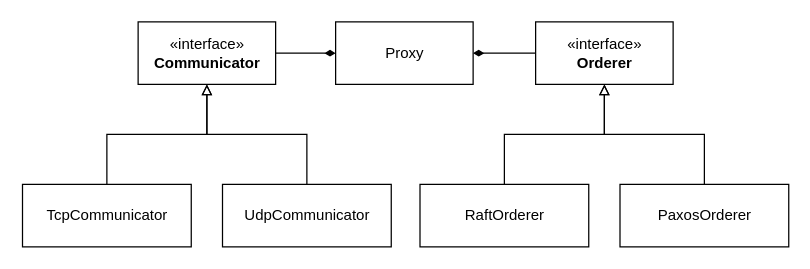
Above: diagrams/hermes-components.drawio in tonussi/hermes-bkp (draw.io), before the change. Source tidied: cells renumbered, new cells numbered last; positions are measured from the earlier drawing's top-left corner, leaving out a move shared by most shapes. Both pictures are drawn from the tidied source at 125%, with x=0, y=0 at pixel (22, 21).
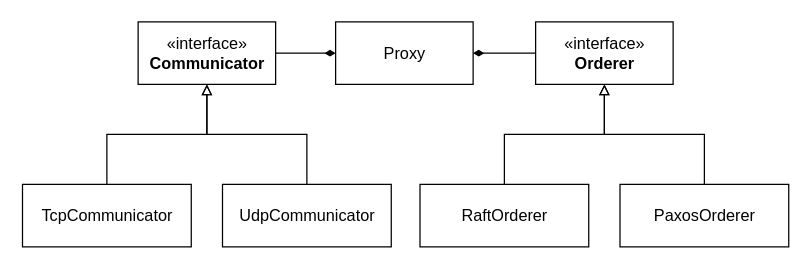
Above is the later version.

What changed in the source:
```diff
@@
 <mxGraphModel>
   <root>
     <mxCell id="0" />
     <mxCell id="1" parent="0" />
-    <mxCell id="2" style="edgeStyle=orthogonalEdgeStyle;rounded=0;jettySize=auto;html=1;endArrow=none;endFill=0;startArrow=diamondThin;startFill=1;" parent="1" edge="1" source="4" target="7">
+    <mxCell id="2" style="edgeStyle=orthogonalEdgeStyle;rounded=0;jettySize=auto;html=1;endArrow=none;endFill=0;startArrow=diamondThin;startFill=1;fontSize=13;" parent="1" edge="1" source="4" target="7">
       <mxGeometry relative="1" as="geometry" />
     </mxCell>
-    <mxCell id="3" style="edgeStyle=orthogonalEdgeStyle;rounded=0;jettySize=auto;html=1;startArrow=diamondThin;startFill=1;endArrow=none;endFill=0;" parent="1" edge="1" source="4" target="10">
+    <mxCell id="3" style="edgeStyle=orthogonalEdgeStyle;rounded=0;jettySize=auto;html=1;startArrow=diamondThin;startFill=1;endArrow=none;endFill=0;fontSize=13;" parent="1" edge="1" source="4" target="10">
       <mxGeometry relative="1" as="geometry" />
     </mxCell>
-    <mxCell id="4" value="Proxy" style="html=1;" parent="1" vertex="1">
+    <mxCell id="4" value="Proxy" style="html=1;fontSize=13;" parent="1" vertex="1">
       <mxGeometry x="250" width="110" height="50" as="geometry" />
     </mxCell>
-    <mxCell id="5" style="edgeStyle=orthogonalEdgeStyle;rounded=0;jettySize=auto;html=1;startArrow=block;startFill=0;endArrow=none;endFill=0;" parent="1" edge="1" source="7" target="12">
+    <mxCell id="5" style="edgeStyle=orthogonalEdgeStyle;rounded=0;jettySize=auto;html=1;startArrow=block;startFill=0;endArrow=none;endFill=0;fontSize=13;" parent="1" edge="1" source="7" target="12">
       <mxGeometry relative="1" as="geometry" />
     </mxCell>
-    <mxCell id="6" style="edgeStyle=orthogonalEdgeStyle;rounded=0;jettySize=auto;html=1;startArrow=block;startFill=0;endArrow=none;endFill=0;" parent="1" edge="1" source="7" target="13">
+    <mxCell id="6" style="edgeStyle=orthogonalEdgeStyle;rounded=0;jettySize=auto;html=1;startArrow=block;startFill=0;endArrow=none;endFill=0;fontSize=13;" parent="1" edge="1" source="7" target="13">
       <mxGeometry relative="1" as="geometry" />
     </mxCell>
-    <mxCell id="7" value="«interface»&lt;br&gt;&lt;b&gt;Communicator&lt;/b&gt;" style="html=1;" parent="1" vertex="1">
+    <mxCell id="7" value="«interface»&lt;br style=&quot;font-size: 13px;&quot;&gt;&lt;b style=&quot;font-size: 13px;&quot;&gt;Communicator&lt;/b&gt;" style="html=1;fontSize=13;" parent="1" vertex="1">
       <mxGeometry x="92" width="110" height="50" as="geometry" />
     </mxCell>
-    <mxCell id="8" style="edgeStyle=orthogonalEdgeStyle;rounded=0;jettySize=auto;html=1;startArrow=block;startFill=0;endArrow=none;endFill=0;" parent="1" edge="1" source="10" target="15">
+    <mxCell id="8" style="edgeStyle=orthogonalEdgeStyle;rounded=0;jettySize=auto;html=1;startArrow=block;startFill=0;endArrow=none;endFill=0;fontSize=13;" parent="1" edge="1" source="10" target="15">
       <mxGeometry relative="1" as="geometry" />
     </mxCell>
-    <mxCell id="9" style="edgeStyle=orthogonalEdgeStyle;rounded=0;jettySize=auto;html=1;startArrow=block;startFill=0;endArrow=none;endFill=0;" parent="1" edge="1" source="10" target="16">
+    <mxCell id="9" style="edgeStyle=orthogonalEdgeStyle;rounded=0;jettySize=auto;html=1;startArrow=block;startFill=0;endArrow=none;endFill=0;fontSize=13;" parent="1" edge="1" source="10" target="16">
       <mxGeometry relative="1" as="geometry" />
     </mxCell>
-    <mxCell id="10" value="«interface»&lt;br&gt;&lt;b&gt;Orderer&lt;/b&gt;" style="html=1;" parent="1" vertex="1">
+    <mxCell id="10" value="«interface»&lt;br style=&quot;font-size: 13px;&quot;&gt;&lt;b style=&quot;font-size: 13px;&quot;&gt;Orderer&lt;/b&gt;" style="html=1;fontSize=13;" parent="1" vertex="1">
       <mxGeometry x="410" width="110" height="50" as="geometry" />
     </mxCell>
-    <mxCell id="11" style="group;" parent="1" vertex="1">
+    <mxCell id="11" style="group;fontSize=13;" parent="1" vertex="1">
       <mxGeometry x="-0.5" y="130" width="295" height="50" as="geometry" />
     </mxCell>
-    <mxCell id="12" value="TcpCommunicator" style="html=1;fontStyle=0;" parent="11" vertex="1">
+    <mxCell id="12" value="TcpCommunicator" style="html=1;fontStyle=0;fontSize=13;" parent="11" vertex="1">
       <mxGeometry width="135" height="50" as="geometry" />
     </mxCell>
-    <mxCell id="13" value="UdpCommunicator" style="html=1;fontStyle=0;" parent="11" vertex="1">
+    <mxCell id="13" value="UdpCommunicator" style="html=1;fontStyle=0;fontSize=13;" parent="11" vertex="1">
       <mxGeometry x="160" width="135" height="50" as="geometry" />
     </mxCell>
-    <mxCell id="14" style="group;" parent="1" vertex="1">
+    <mxCell id="14" style="group;fontSize=13;" parent="1" vertex="1">
       <mxGeometry x="317.5" y="130" width="295" height="50" as="geometry" />
     </mxCell>
-    <mxCell id="15" value="RaftOrderer" style="html=1;fontStyle=0;" parent="14" vertex="1">
+    <mxCell id="15" value="RaftOrderer" style="html=1;fontStyle=0;fontSize=13;" parent="14" vertex="1">
       <mxGeometry width="135" height="50" as="geometry" />
     </mxCell>
-    <mxCell id="16" value="PaxosOrderer" style="html=1;fontStyle=0;" parent="14" vertex="1">
+    <mxCell id="16" value="PaxosOrderer" style="html=1;fontStyle=0;fontSize=13;" parent="14" vertex="1">
       <mxGeometry x="160" width="135" height="50" as="geometry" />
     </mxCell>
   </root>
 </mxGraphModel>
```
